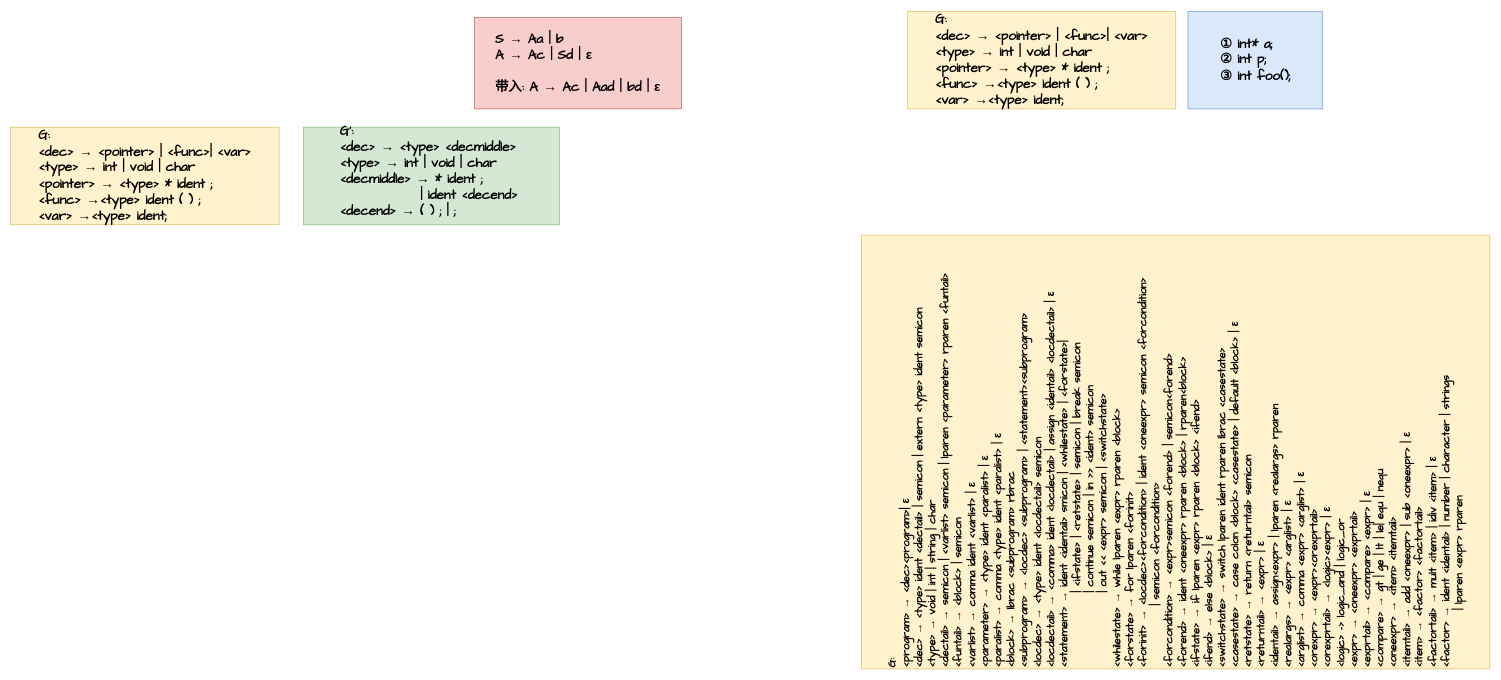
This is document/src/CFG-design.drawio from djh-sudo/tiny-C-Compiler, a draw.io file, before an edit. Source tidied: cells renumbered, new cells numbered last; positions are measured from the earlier drawing's top-left corner, leaving out a move shared by most shapes. Both pictures are drawn from the tidied source at 61%, with x=0, y=0 at pixel (10, 11).
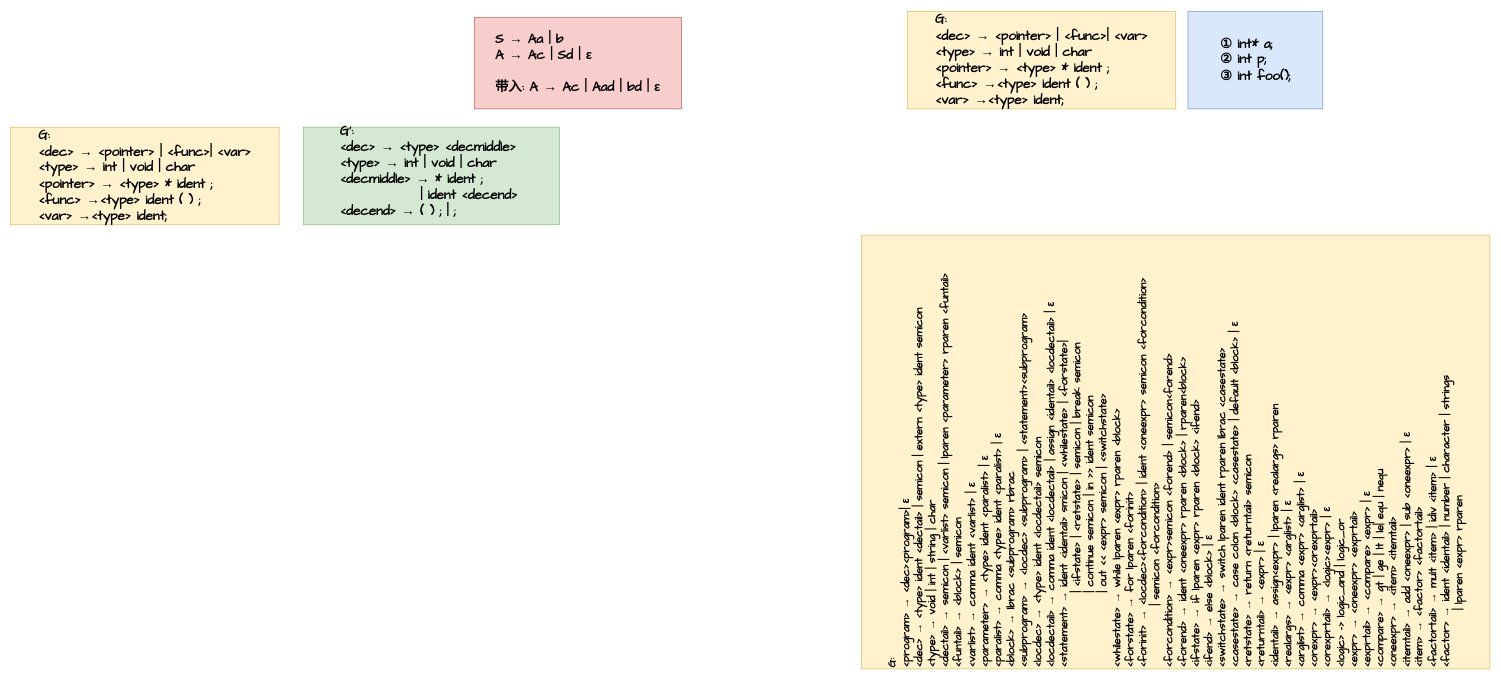
The same page after the edit.

What changed in the source:
```diff
@@
 <mxGraphModel>
   <root>
     <mxCell id="0" />
     <mxCell id="1" parent="0" />
     <mxCell id="2" value="&lt;div style=&quot;text-align: left&quot;&gt;&lt;b style=&quot;font-size: 22px ; font-family: &amp;#34;comic sans ms&amp;#34;&quot;&gt;① int* a;&lt;/b&gt;&lt;/div&gt;&lt;font face=&quot;Comic Sans MS&quot;&gt;&lt;div style=&quot;text-align: left&quot;&gt;&lt;b style=&quot;font-size: 22px&quot;&gt;② int p;&lt;/b&gt;&lt;/div&gt;&lt;span style=&quot;font-size: 22px&quot;&gt;&lt;div style=&quot;text-align: left&quot;&gt;&lt;b&gt;③ int foo();&lt;/b&gt;&lt;/div&gt;&lt;/span&gt;&lt;/font&gt;" style="rounded=0;whiteSpace=wrap;html=1;fillColor=#dae8fc;strokeColor=#6c8ebf;" parent="1" vertex="1">
       <mxGeometry x="1930" width="221" height="160" as="geometry" />
     </mxCell>
     <mxCell id="3" value="&lt;div style=&quot;text-align: left&quot;&gt;&lt;b&gt;&lt;font style=&quot;font-size: 22px&quot; face=&quot;Comic Sans MS&quot;&gt;G:&lt;/font&gt;&lt;/b&gt;&lt;/div&gt;&lt;b&gt;&lt;div style=&quot;text-align: left&quot;&gt;&lt;b&gt;&lt;font style=&quot;font-size: 22px&quot; face=&quot;Comic Sans MS&quot;&gt;&amp;lt;dec&amp;gt; → &amp;lt;pointer&amp;gt; | &amp;lt;func&amp;gt;| &amp;lt;var&amp;gt;&lt;/font&gt;&lt;/b&gt;&lt;/div&gt;&lt;font style=&quot;font-size: 22px&quot; face=&quot;Comic Sans MS&quot;&gt;&lt;div style=&quot;text-align: left&quot;&gt;&lt;b style=&quot;font-family: &amp;#34;helvetica&amp;#34; ; font-size: 12px&quot;&gt;&lt;font style=&quot;font-size: 22px&quot; face=&quot;Comic Sans MS&quot;&gt;&amp;lt;type&amp;gt; → int | void | char&lt;/font&gt;&lt;/b&gt;&lt;/div&gt;&lt;div style=&quot;text-align: left&quot;&gt;&lt;b style=&quot;font-family: &amp;#34;helvetica&amp;#34; ; font-size: 12px&quot;&gt;&lt;font style=&quot;font-size: 22px&quot; face=&quot;Comic Sans MS&quot;&gt;&amp;lt;pointer&amp;gt;&amp;nbsp;&lt;/font&gt;&lt;/b&gt;&lt;b style=&quot;font-family: &amp;#34;helvetica&amp;#34; ; font-size: 12px&quot;&gt;&lt;font face=&quot;Comic Sans MS&quot; style=&quot;font-size: 22px&quot;&gt;→ &amp;lt;type&amp;gt; * ident ;&lt;/font&gt;&lt;/b&gt;&lt;/div&gt;&lt;/font&gt;&lt;/b&gt;&lt;b&gt;&lt;div style=&quot;text-align: left&quot;&gt;&lt;b&gt;&lt;font style=&quot;font-size: 22px&quot; face=&quot;Comic Sans MS&quot;&gt;&amp;lt;func&amp;gt;&amp;nbsp;&lt;/font&gt;&lt;/b&gt;&lt;b&gt;&lt;font face=&quot;Comic Sans MS&quot; style=&quot;font-size: 22px&quot;&gt;→&lt;/font&gt;&lt;/b&gt;&lt;b&gt;&lt;font face=&quot;Comic Sans MS&quot; style=&quot;font-size: 22px&quot;&gt;&amp;lt;type&amp;gt;&amp;nbsp;&lt;/font&gt;&lt;/b&gt;&lt;b&gt;&lt;font face=&quot;Comic Sans MS&quot; style=&quot;font-size: 22px&quot;&gt;ident ( ) ;&lt;/font&gt;&lt;/b&gt;&lt;/div&gt;&lt;/b&gt;&lt;b&gt;&lt;div style=&quot;text-align: left&quot;&gt;&lt;b&gt;&lt;font style=&quot;font-size: 22px&quot; face=&quot;Comic Sans MS&quot;&gt;&amp;lt;var&amp;gt;&amp;nbsp;&lt;/font&gt;&lt;/b&gt;&lt;b&gt;&lt;font face=&quot;Comic Sans MS&quot; style=&quot;font-size: 22px&quot;&gt;→&lt;/font&gt;&lt;/b&gt;&lt;b&gt;&lt;font face=&quot;Comic Sans MS&quot; style=&quot;font-size: 22px&quot;&gt;&amp;lt;type&amp;gt;&amp;nbsp;&lt;/font&gt;&lt;/b&gt;&lt;b&gt;&lt;font face=&quot;Comic Sans MS&quot; style=&quot;font-size: 22px&quot;&gt;ident;&lt;/font&gt;&lt;/b&gt;&lt;/div&gt;&lt;/b&gt;" style="rounded=0;whiteSpace=wrap;html=1;fillColor=#fff2cc;strokeColor=#d6b656;" parent="1" vertex="1">
       <mxGeometry x="1470" width="440" height="160" as="geometry" />
     </mxCell>
-    <mxCell id="4" value="&lt;font style=&quot;font-size: 18px&quot;&gt;&lt;b&gt;&lt;font face=&quot;Comic Sans MS&quot; style=&quot;font-size: 18px&quot;&gt;G:&lt;br&gt;&amp;lt;program&amp;gt; → &amp;lt;dec&amp;gt;&amp;lt;program&amp;gt;| ε&lt;br&gt;&lt;/font&gt;&lt;/b&gt;&lt;b&gt;&lt;font face=&quot;Comic Sans MS&quot; style=&quot;font-size: 18px&quot;&gt;&amp;lt;dec&amp;gt;&amp;nbsp;&lt;/font&gt;&lt;/b&gt;&lt;b&gt;&lt;font face=&quot;Comic Sans MS&quot; style=&quot;font-size: 18px&quot;&gt;→ &amp;lt;type&amp;gt; ident &amp;lt;dectail&amp;gt; | semicon | extern &amp;lt;type&amp;gt; ident semicon&lt;/font&gt;&lt;/b&gt;&lt;b&gt;&lt;font face=&quot;Comic Sans MS&quot; style=&quot;font-size: 18px&quot;&gt;&lt;br&gt;&amp;lt;type&amp;gt;&amp;nbsp;&lt;/font&gt;&lt;/b&gt;&lt;b&gt;&lt;font face=&quot;Comic Sans MS&quot; style=&quot;font-size: 18px&quot;&gt;→ void | int | string | char&lt;/font&gt;&lt;/b&gt;&lt;b&gt;&lt;font face=&quot;Comic Sans MS&quot; style=&quot;font-size: 18px&quot;&gt;&lt;br&gt;&amp;lt;dectail&amp;gt;&amp;nbsp;&lt;/font&gt;&lt;/b&gt;&lt;b&gt;&lt;font face=&quot;Comic Sans MS&quot; style=&quot;font-size: 18px&quot;&gt;→ semicon | &amp;lt;varlist&amp;gt; semicon |&amp;nbsp;&lt;/font&gt;&lt;/b&gt;&lt;b&gt;&lt;font face=&quot;Comic Sans MS&quot; style=&quot;font-size: 18px&quot;&gt;lparen&lt;/font&gt;&lt;/b&gt;&lt;b&gt;&lt;font face=&quot;Comic Sans MS&quot; style=&quot;font-size: 18px&quot;&gt;&amp;nbsp;&amp;lt;parameter&amp;gt;&amp;nbsp;&lt;/font&gt;&lt;/b&gt;&lt;b&gt;&lt;font face=&quot;Comic Sans MS&quot; style=&quot;font-size: 18px&quot;&gt;rparen&lt;/font&gt;&lt;/b&gt;&lt;b&gt;&lt;font face=&quot;Comic Sans MS&quot; style=&quot;font-size: 18px&quot;&gt;&amp;nbsp;&amp;lt;funtail&amp;gt;&lt;br&gt;&amp;lt;funtail&amp;gt;&amp;nbsp;&lt;/font&gt;&lt;/b&gt;&lt;b&gt;&lt;font face=&quot;Comic Sans MS&quot; style=&quot;font-size: 18px&quot;&gt;→ &amp;lt;block&amp;gt; | semicon&lt;br&gt;&lt;/font&gt;&lt;/b&gt;&lt;b&gt;&lt;font face=&quot;Comic Sans MS&quot; style=&quot;font-size: 18px&quot;&gt;&amp;lt;varlist&amp;gt;&amp;nbsp;&lt;/font&gt;&lt;/b&gt;&lt;b&gt;&lt;font face=&quot;Comic Sans MS&quot; style=&quot;font-size: 18px&quot;&gt;→ comma ident &amp;lt;varlist&amp;gt; |&amp;nbsp;&lt;/font&gt;&lt;/b&gt;&lt;b&gt;&lt;font face=&quot;Comic Sans MS&quot; style=&quot;font-size: 18px&quot;&gt;ε&lt;/font&gt;&lt;/b&gt;&lt;b&gt;&lt;font face=&quot;Comic Sans MS&quot; style=&quot;font-size: 18px&quot;&gt;&lt;br&gt;&lt;/font&gt;&lt;/b&gt;&lt;b&gt;&lt;font face=&quot;Comic Sans MS&quot; style=&quot;font-size: 18px&quot;&gt;&amp;lt;parameter&amp;gt;&amp;nbsp;&lt;/font&gt;&lt;/b&gt;&lt;b&gt;&lt;font face=&quot;Comic Sans MS&quot; style=&quot;font-size: 18px&quot;&gt;→ &amp;lt;type&amp;gt; ident &amp;lt;paralist&amp;gt; |&amp;nbsp;&lt;/font&gt;&lt;/b&gt;&lt;b&gt;&lt;font face=&quot;Comic Sans MS&quot; style=&quot;font-size: 18px&quot;&gt;ε&lt;br&gt;&lt;/font&gt;&lt;/b&gt;&lt;/font&gt;&lt;b style=&quot;font-size: 18px&quot;&gt;&lt;font face=&quot;Comic Sans MS&quot; style=&quot;font-size: 18px&quot;&gt;&lt;font style=&quot;font-size: 18px&quot;&gt;&lt;font style=&quot;font-size: 18px&quot;&gt;&amp;lt;paralist&amp;gt; → comma &amp;lt;type&amp;gt; ident &amp;lt;paralist&amp;gt; | ε&lt;br&gt;&amp;lt;block&amp;gt; → lbrac &amp;lt;subprogram&amp;gt; rbrac&lt;br&gt;&amp;lt;subprogram&amp;gt; → &amp;lt;locdec&amp;gt; &amp;lt;subprogram&amp;gt; | &amp;lt;statement&amp;gt;&amp;lt;subprogram&amp;gt;&lt;br&gt;&amp;lt;locdec&amp;gt; → &amp;lt;type&amp;gt; ident &amp;lt;locdectail&amp;gt; semicon&lt;br&gt;&lt;/font&gt;&amp;lt;locdectail&amp;gt; → &amp;lt;comma&amp;gt; ident &amp;lt;locdectail&amp;gt; | assign &amp;lt;identail&amp;gt; &amp;lt;locdectail&amp;gt; | ε&lt;br&gt;&amp;lt;statement&amp;gt; → ident &amp;lt;identail&amp;gt; smicon | &amp;lt;whilestate&amp;gt; | &amp;lt;forstate&amp;gt;|&lt;br&gt;&amp;nbsp; &amp;nbsp; &amp;nbsp; &amp;nbsp; &amp;nbsp; &amp;nbsp; &amp;nbsp; &amp;nbsp; &amp;nbsp;| &amp;lt;ifstate&amp;gt; | &amp;lt;retstate&amp;gt; | semicon | break semicon&lt;br&gt;&amp;nbsp; &amp;nbsp; &amp;nbsp; &amp;nbsp; &amp;nbsp; &amp;nbsp; &amp;nbsp; &amp;nbsp; &amp;nbsp;| continue semicon | in &amp;gt;&amp;gt; &amp;lt;ident&amp;gt; semicon&lt;br&gt;&amp;nbsp; &amp;nbsp; &amp;nbsp; &amp;nbsp; &amp;nbsp; &amp;nbsp; &amp;nbsp; &amp;nbsp; &amp;nbsp;| out &amp;lt;&amp;lt; &amp;lt;expr&amp;gt; semicon | &amp;lt;switchstate&amp;gt;&amp;nbsp;&lt;br&gt;&amp;lt;whilestate&amp;gt; → while lparen &amp;lt;expr&amp;gt; rparen &amp;lt;block&amp;gt;&amp;nbsp;&lt;br&gt;&amp;lt;forstate&amp;gt; → for lparen &amp;lt;forinit&amp;gt;&lt;br&gt;&amp;lt;forinit&amp;gt; →&amp;nbsp;&amp;lt;locdec&amp;gt;&amp;lt;forcondition&amp;gt; | ident &amp;lt;oneexpr&amp;gt; semicon &amp;lt;forcondition&amp;gt;&lt;br&gt;&amp;nbsp; &amp;nbsp; &amp;nbsp; &amp;nbsp; &amp;nbsp; &amp;nbsp; &amp;nbsp; | semicon &amp;lt;forcondition&amp;gt;&lt;br&gt;&amp;lt;forcondition&amp;gt; → &amp;lt;expr&amp;gt;semicon &amp;lt;forend&amp;gt; | semicon&amp;lt;forend&amp;gt;&lt;br&gt;&amp;lt;forend&amp;gt; → ident &amp;lt;oneexpr&amp;gt; rparen &amp;lt;block&amp;gt; | rparen&amp;lt;block&amp;gt;&lt;br&gt;&amp;lt;ifstate&amp;gt; → if lparen &amp;lt;expr&amp;gt; rparen &amp;lt;block&amp;gt; &amp;lt;ifend&amp;gt;&lt;br&gt;&amp;lt;ifend&amp;gt; → else &amp;lt;block&amp;gt; | ε&lt;br&gt;&amp;lt;switchstate&amp;gt; → switch lparen ident rparen lbrac &amp;lt;casestate&amp;gt;&lt;br&gt;&amp;lt;casestate&amp;gt; → case colon &amp;lt;block&amp;gt; &amp;lt;casestate&amp;gt; | default &amp;lt;block&amp;gt; | ε&lt;br&gt;&amp;lt;retstate&amp;gt; → return &amp;lt;returntail&amp;gt; semicon&lt;br&gt;&amp;lt;returntail&amp;gt; → &amp;lt;expr&amp;gt; | ε&lt;br&gt;&amp;lt;identail&amp;gt; → assign&amp;lt;expr&amp;gt; | lparen &amp;lt;realargs&amp;gt; rparen&lt;br&gt;&amp;lt;realargs&amp;gt; → &amp;lt;expr&amp;gt; &amp;lt;arglist&amp;gt; | ε&lt;br&gt;&amp;lt;arglist&amp;gt; → comma &amp;lt;expr&amp;gt; &amp;lt;arglist&amp;gt; | ε&lt;br&gt;&amp;lt;orexpr&amp;gt; → &amp;lt;expr&amp;gt;&amp;lt;orexprtail&amp;gt;&lt;br&gt;&amp;lt;orexprtail&amp;gt; → &amp;lt;logic&amp;gt;&amp;lt;expr&amp;gt; | ε&lt;br&gt;&amp;lt;logic&amp;gt; -&amp;gt; logic_and | logic_or&lt;br&gt;&amp;lt;expr&amp;gt; → &amp;lt;oneexpr&amp;gt; &amp;lt;exprtail&amp;gt;&lt;br&gt;&amp;lt;exprtail&amp;gt; → &amp;lt;compare&amp;gt; &amp;lt;expr&amp;gt; | ε&lt;br&gt;&amp;lt;compare&amp;gt; → gt | ge | lt | le| equ | nequ&lt;br&gt;&amp;lt;oneexpr&amp;gt; → &amp;lt;item&amp;gt; &amp;lt;itemtail&amp;gt;&lt;br&gt;&amp;lt;itemtail&amp;gt; → add &amp;lt;oneexpr&amp;gt; | sub &amp;lt;oneexpr&amp;gt; | ε&lt;br&gt;&amp;lt;item&amp;gt; → &amp;lt;factor&amp;gt; &amp;lt;factortail&amp;gt;&lt;br&gt;&amp;lt;factortail&amp;gt; → mult &amp;lt;item&amp;gt; | idiv &amp;lt;item&amp;gt; | ε&lt;br&gt;&amp;lt;factor&amp;gt; → ident &amp;lt;identail&amp;gt; | number | character | strings&lt;br&gt;&amp;nbsp; &amp;nbsp; &amp;nbsp; &amp;nbsp; &amp;nbsp; &amp;nbsp; &amp;nbsp;| lparen &amp;lt;expr&amp;gt; rparen&lt;/font&gt;&lt;br&gt;&lt;/font&gt;&lt;/b&gt;" style="rounded=0;whiteSpace=wrap;html=1;align=left;fillColor=#fff2cc;strokeColor=#d6b656;rotation=-90;" parent="1" vertex="1">
+    <mxCell id="4" value="&lt;font style=&quot;font-size: 18px&quot;&gt;&lt;b&gt;&lt;font face=&quot;Comic Sans MS&quot; style=&quot;font-size: 18px&quot;&gt;G:&lt;br&gt;&amp;lt;program&amp;gt; → &amp;lt;dec&amp;gt;&amp;lt;program&amp;gt;| ε&lt;br&gt;&lt;/font&gt;&lt;/b&gt;&lt;b&gt;&lt;font face=&quot;Comic Sans MS&quot; style=&quot;font-size: 18px&quot;&gt;&amp;lt;dec&amp;gt;&amp;nbsp;&lt;/font&gt;&lt;/b&gt;&lt;b&gt;&lt;font face=&quot;Comic Sans MS&quot; style=&quot;font-size: 18px&quot;&gt;→ &amp;lt;type&amp;gt; ident &amp;lt;dectail&amp;gt; | semicon | extern &amp;lt;type&amp;gt; ident semicon&lt;/font&gt;&lt;/b&gt;&lt;b&gt;&lt;font face=&quot;Comic Sans MS&quot; style=&quot;font-size: 18px&quot;&gt;&lt;br&gt;&amp;lt;type&amp;gt;&amp;nbsp;&lt;/font&gt;&lt;/b&gt;&lt;b&gt;&lt;font face=&quot;Comic Sans MS&quot; style=&quot;font-size: 18px&quot;&gt;→ void | int | string | char&lt;/font&gt;&lt;/b&gt;&lt;b&gt;&lt;font face=&quot;Comic Sans MS&quot; style=&quot;font-size: 18px&quot;&gt;&lt;br&gt;&amp;lt;dectail&amp;gt;&amp;nbsp;&lt;/font&gt;&lt;/b&gt;&lt;b&gt;&lt;font face=&quot;Comic Sans MS&quot; style=&quot;font-size: 18px&quot;&gt;→ semicon | &amp;lt;varlist&amp;gt; semicon |&amp;nbsp;&lt;/font&gt;&lt;/b&gt;&lt;b&gt;&lt;font face=&quot;Comic Sans MS&quot; style=&quot;font-size: 18px&quot;&gt;lparen&lt;/font&gt;&lt;/b&gt;&lt;b&gt;&lt;font face=&quot;Comic Sans MS&quot; style=&quot;font-size: 18px&quot;&gt;&amp;nbsp;&amp;lt;parameter&amp;gt;&amp;nbsp;&lt;/font&gt;&lt;/b&gt;&lt;b&gt;&lt;font face=&quot;Comic Sans MS&quot; style=&quot;font-size: 18px&quot;&gt;rparen&lt;/font&gt;&lt;/b&gt;&lt;b&gt;&lt;font face=&quot;Comic Sans MS&quot; style=&quot;font-size: 18px&quot;&gt;&amp;nbsp;&amp;lt;funtail&amp;gt;&lt;br&gt;&amp;lt;funtail&amp;gt;&amp;nbsp;&lt;/font&gt;&lt;/b&gt;&lt;b&gt;&lt;font face=&quot;Comic Sans MS&quot; style=&quot;font-size: 18px&quot;&gt;→ &amp;lt;block&amp;gt; | semicon&lt;br&gt;&lt;/font&gt;&lt;/b&gt;&lt;b&gt;&lt;font face=&quot;Comic Sans MS&quot; style=&quot;font-size: 18px&quot;&gt;&amp;lt;varlist&amp;gt;&amp;nbsp;&lt;/font&gt;&lt;/b&gt;&lt;b&gt;&lt;font face=&quot;Comic Sans MS&quot; style=&quot;font-size: 18px&quot;&gt;→ comma ident &amp;lt;varlist&amp;gt; |&amp;nbsp;&lt;/font&gt;&lt;/b&gt;&lt;b&gt;&lt;font face=&quot;Comic Sans MS&quot; style=&quot;font-size: 18px&quot;&gt;ε&lt;/font&gt;&lt;/b&gt;&lt;b&gt;&lt;font face=&quot;Comic Sans MS&quot; style=&quot;font-size: 18px&quot;&gt;&lt;br&gt;&lt;/font&gt;&lt;/b&gt;&lt;b&gt;&lt;font face=&quot;Comic Sans MS&quot; style=&quot;font-size: 18px&quot;&gt;&amp;lt;parameter&amp;gt;&amp;nbsp;&lt;/font&gt;&lt;/b&gt;&lt;b&gt;&lt;font face=&quot;Comic Sans MS&quot; style=&quot;font-size: 18px&quot;&gt;→ &amp;lt;type&amp;gt; ident &amp;lt;paralist&amp;gt; |&amp;nbsp;&lt;/font&gt;&lt;/b&gt;&lt;b&gt;&lt;font face=&quot;Comic Sans MS&quot; style=&quot;font-size: 18px&quot;&gt;ε&lt;br&gt;&lt;/font&gt;&lt;/b&gt;&lt;/font&gt;&lt;b style=&quot;font-size: 18px&quot;&gt;&lt;font face=&quot;Comic Sans MS&quot; style=&quot;font-size: 18px&quot;&gt;&lt;font style=&quot;font-size: 18px&quot;&gt;&lt;font style=&quot;font-size: 18px&quot;&gt;&amp;lt;paralist&amp;gt; → comma &amp;lt;type&amp;gt; ident &amp;lt;paralist&amp;gt; | ε&lt;br&gt;&amp;lt;block&amp;gt; → lbrac &amp;lt;subprogram&amp;gt; rbrac&lt;br&gt;&amp;lt;subprogram&amp;gt; → &amp;lt;locdec&amp;gt; &amp;lt;subprogram&amp;gt; | &amp;lt;statement&amp;gt;&amp;lt;subprogram&amp;gt;&lt;br&gt;&amp;lt;locdec&amp;gt; → &amp;lt;type&amp;gt; ident &amp;lt;locdectail&amp;gt; semicon&lt;br&gt;&lt;/font&gt;&amp;lt;locdectail&amp;gt; → comma ident &amp;lt;locdectail&amp;gt; | assign &amp;lt;identail&amp;gt; &amp;lt;locdectail&amp;gt; | ε&lt;br&gt;&amp;lt;statement&amp;gt; → ident &amp;lt;identail&amp;gt; smicon | &amp;lt;whilestate&amp;gt; | &amp;lt;forstate&amp;gt;|&lt;br&gt;&amp;nbsp; &amp;nbsp; &amp;nbsp; &amp;nbsp; &amp;nbsp; &amp;nbsp; &amp;nbsp; &amp;nbsp; &amp;nbsp;| &amp;lt;ifstate&amp;gt; | &amp;lt;retstate&amp;gt; | semicon | break semicon&lt;br&gt;&amp;nbsp; &amp;nbsp; &amp;nbsp; &amp;nbsp; &amp;nbsp; &amp;nbsp; &amp;nbsp; &amp;nbsp; &amp;nbsp;| continue semicon | in &amp;gt;&amp;gt; ident semicon&lt;br&gt;&amp;nbsp; &amp;nbsp; &amp;nbsp; &amp;nbsp; &amp;nbsp; &amp;nbsp; &amp;nbsp; &amp;nbsp; &amp;nbsp;| out &amp;lt;&amp;lt; &amp;lt;expr&amp;gt; semicon | &amp;lt;switchstate&amp;gt;&amp;nbsp;&lt;br&gt;&amp;lt;whilestate&amp;gt; → while lparen &amp;lt;expr&amp;gt; rparen &amp;lt;block&amp;gt;&amp;nbsp;&lt;br&gt;&amp;lt;forstate&amp;gt; → for lparen &amp;lt;forinit&amp;gt;&lt;br&gt;&amp;lt;forinit&amp;gt; →&amp;nbsp;&amp;lt;locdec&amp;gt;&amp;lt;forcondition&amp;gt; | ident &amp;lt;oneexpr&amp;gt; semicon &amp;lt;forcondition&amp;gt;&lt;br&gt;&amp;nbsp; &amp;nbsp; &amp;nbsp; &amp;nbsp; &amp;nbsp; &amp;nbsp; &amp;nbsp; | semicon &amp;lt;forcondition&amp;gt;&lt;br&gt;&amp;lt;forcondition&amp;gt; → &amp;lt;expr&amp;gt;semicon &amp;lt;forend&amp;gt; | semicon&amp;lt;forend&amp;gt;&lt;br&gt;&amp;lt;forend&amp;gt; → ident &amp;lt;oneexpr&amp;gt; rparen &amp;lt;block&amp;gt; | rparen&amp;lt;block&amp;gt;&lt;br&gt;&amp;lt;ifstate&amp;gt; → if lparen &amp;lt;expr&amp;gt; rparen &amp;lt;block&amp;gt; &amp;lt;ifend&amp;gt;&lt;br&gt;&amp;lt;ifend&amp;gt; → else &amp;lt;block&amp;gt; | ε&lt;br&gt;&amp;lt;switchstate&amp;gt; → switch lparen ident rparen lbrac &amp;lt;casestate&amp;gt;&lt;br&gt;&amp;lt;casestate&amp;gt; → case colon &amp;lt;block&amp;gt; &amp;lt;casestate&amp;gt; | default &amp;lt;block&amp;gt; | ε&lt;br&gt;&amp;lt;retstate&amp;gt; → return &amp;lt;returntail&amp;gt; semicon&lt;br&gt;&amp;lt;returntail&amp;gt; → &amp;lt;expr&amp;gt; | ε&lt;br&gt;&amp;lt;identail&amp;gt; → assign&amp;lt;expr&amp;gt; | lparen &amp;lt;realargs&amp;gt; rparen&lt;br&gt;&amp;lt;realargs&amp;gt; → &amp;lt;expr&amp;gt; &amp;lt;arglist&amp;gt; | ε&lt;br&gt;&amp;lt;arglist&amp;gt; → comma &amp;lt;expr&amp;gt; &amp;lt;arglist&amp;gt; | ε&lt;br&gt;&amp;lt;orexpr&amp;gt; → &amp;lt;expr&amp;gt;&amp;lt;orexprtail&amp;gt;&lt;br&gt;&amp;lt;orexprtail&amp;gt; → &amp;lt;logic&amp;gt;&amp;lt;expr&amp;gt; | ε&lt;br&gt;&amp;lt;logic&amp;gt; -&amp;gt; logic_and | logic_or&lt;br&gt;&amp;lt;expr&amp;gt; → &amp;lt;oneexpr&amp;gt; &amp;lt;exprtail&amp;gt;&lt;br&gt;&amp;lt;exprtail&amp;gt; → &amp;lt;compare&amp;gt; &amp;lt;expr&amp;gt; | ε&lt;br&gt;&amp;lt;compare&amp;gt; → gt | ge | lt | le| equ | nequ&lt;br&gt;&amp;lt;oneexpr&amp;gt; → &amp;lt;item&amp;gt; &amp;lt;itemtail&amp;gt;&lt;br&gt;&amp;lt;itemtail&amp;gt; → add &amp;lt;oneexpr&amp;gt; | sub &amp;lt;oneexpr&amp;gt; | ε&lt;br&gt;&amp;lt;item&amp;gt; → &amp;lt;factor&amp;gt; &amp;lt;factortail&amp;gt;&lt;br&gt;&amp;lt;factortail&amp;gt; → mult &amp;lt;item&amp;gt; | idiv &amp;lt;item&amp;gt; | ε&lt;br&gt;&amp;lt;factor&amp;gt; → ident &amp;lt;identail&amp;gt; | number | character | strings&lt;br&gt;&amp;nbsp; &amp;nbsp; &amp;nbsp; &amp;nbsp; &amp;nbsp; &amp;nbsp; &amp;nbsp;| lparen &amp;lt;expr&amp;gt; rparen&lt;/font&gt;&lt;br&gt;&lt;/font&gt;&lt;/b&gt;" style="rounded=0;whiteSpace=wrap;html=1;align=left;fillColor=#fff2cc;strokeColor=#d6b656;rotation=-90;" parent="1" vertex="1">
       <mxGeometry x="1554.4" y="207.5" width="711.2" height="1030" as="geometry" />
     </mxCell>
     <mxCell id="5" value="&lt;div style=&quot;text-align: left&quot;&gt;&lt;b&gt;&lt;font style=&quot;font-size: 22px&quot; face=&quot;Comic Sans MS&quot;&gt;S&amp;nbsp;&lt;/font&gt;&lt;/b&gt;&lt;b&gt;&lt;font face=&quot;Comic Sans MS&quot; style=&quot;font-size: 22px&quot;&gt;→ Aa | b&lt;/font&gt;&lt;/b&gt;&lt;/div&gt;&lt;b&gt;&lt;div style=&quot;text-align: left&quot;&gt;&lt;b&gt;&lt;font face=&quot;Comic Sans MS&quot; style=&quot;font-size: 22px&quot;&gt;A → Ac | Sd | ε&lt;/font&gt;&lt;/b&gt;&lt;/div&gt;&lt;div style=&quot;text-align: left&quot;&gt;&lt;b&gt;&lt;font face=&quot;Comic Sans MS&quot; style=&quot;font-size: 22px&quot;&gt;&lt;br&gt;&lt;/font&gt;&lt;/b&gt;&lt;/div&gt;&lt;font face=&quot;Comic Sans MS&quot; style=&quot;font-size: 22px&quot;&gt;&lt;div style=&quot;text-align: left&quot;&gt;&lt;b style=&quot;font-family: &amp;#34;helvetica&amp;#34; ; font-size: 12px&quot;&gt;&lt;font face=&quot;Comic Sans MS&quot; style=&quot;font-size: 22px&quot;&gt;带入: A → Ac | Aad | bd | ε&lt;/font&gt;&lt;/b&gt;&lt;/div&gt;&lt;/font&gt;&lt;/b&gt;" style="rounded=0;whiteSpace=wrap;html=1;fillColor=#f8cecc;strokeColor=#b85450;" parent="1" vertex="1">
       <mxGeometry x="760" y="10" width="340" height="150" as="geometry" />
     </mxCell>
     <mxCell id="6" value="&lt;div style=&quot;text-align: left&quot;&gt;&lt;b&gt;&lt;font style=&quot;font-size: 22px&quot; face=&quot;Comic Sans MS&quot;&gt;G:&lt;/font&gt;&lt;/b&gt;&lt;/div&gt;&lt;b&gt;&lt;div style=&quot;text-align: left&quot;&gt;&lt;b&gt;&lt;font style=&quot;font-size: 22px&quot; face=&quot;Comic Sans MS&quot;&gt;&amp;lt;dec&amp;gt; → &amp;lt;pointer&amp;gt; | &amp;lt;func&amp;gt;| &amp;lt;var&amp;gt;&lt;/font&gt;&lt;/b&gt;&lt;/div&gt;&lt;font style=&quot;font-size: 22px&quot; face=&quot;Comic Sans MS&quot;&gt;&lt;div style=&quot;text-align: left&quot;&gt;&lt;b style=&quot;font-family: &amp;#34;helvetica&amp;#34; ; font-size: 12px&quot;&gt;&lt;font style=&quot;font-size: 22px&quot; face=&quot;Comic Sans MS&quot;&gt;&amp;lt;type&amp;gt; → int | void | char&lt;/font&gt;&lt;/b&gt;&lt;/div&gt;&lt;div style=&quot;text-align: left&quot;&gt;&lt;b style=&quot;font-family: &amp;#34;helvetica&amp;#34; ; font-size: 12px&quot;&gt;&lt;font style=&quot;font-size: 22px&quot; face=&quot;Comic Sans MS&quot;&gt;&amp;lt;pointer&amp;gt;&amp;nbsp;&lt;/font&gt;&lt;/b&gt;&lt;b style=&quot;font-family: &amp;#34;helvetica&amp;#34; ; font-size: 12px&quot;&gt;&lt;font face=&quot;Comic Sans MS&quot; style=&quot;font-size: 22px&quot;&gt;→ &amp;lt;type&amp;gt; * ident ;&lt;/font&gt;&lt;/b&gt;&lt;/div&gt;&lt;/font&gt;&lt;/b&gt;&lt;b&gt;&lt;div style=&quot;text-align: left&quot;&gt;&lt;b&gt;&lt;font style=&quot;font-size: 22px&quot; face=&quot;Comic Sans MS&quot;&gt;&amp;lt;func&amp;gt;&amp;nbsp;&lt;/font&gt;&lt;/b&gt;&lt;b&gt;&lt;font face=&quot;Comic Sans MS&quot; style=&quot;font-size: 22px&quot;&gt;→&lt;/font&gt;&lt;/b&gt;&lt;b&gt;&lt;font face=&quot;Comic Sans MS&quot; style=&quot;font-size: 22px&quot;&gt;&amp;lt;type&amp;gt;&amp;nbsp;&lt;/font&gt;&lt;/b&gt;&lt;b&gt;&lt;font face=&quot;Comic Sans MS&quot; style=&quot;font-size: 22px&quot;&gt;ident ( ) ;&lt;/font&gt;&lt;/b&gt;&lt;/div&gt;&lt;/b&gt;&lt;b&gt;&lt;div style=&quot;text-align: left&quot;&gt;&lt;b&gt;&lt;font style=&quot;font-size: 22px&quot; face=&quot;Comic Sans MS&quot;&gt;&amp;lt;var&amp;gt;&amp;nbsp;&lt;/font&gt;&lt;/b&gt;&lt;b&gt;&lt;font face=&quot;Comic Sans MS&quot; style=&quot;font-size: 22px&quot;&gt;→&lt;/font&gt;&lt;/b&gt;&lt;b&gt;&lt;font face=&quot;Comic Sans MS&quot; style=&quot;font-size: 22px&quot;&gt;&amp;lt;type&amp;gt;&amp;nbsp;&lt;/font&gt;&lt;/b&gt;&lt;b&gt;&lt;font face=&quot;Comic Sans MS&quot; style=&quot;font-size: 22px&quot;&gt;ident;&lt;/font&gt;&lt;/b&gt;&lt;/div&gt;&lt;/b&gt;" style="rounded=0;whiteSpace=wrap;html=1;fillColor=#fff2cc;strokeColor=#d6b656;" parent="1" vertex="1">
       <mxGeometry y="190" width="440" height="160" as="geometry" />
     </mxCell>
     <mxCell id="7" value="&lt;div style=&quot;text-align: left&quot;&gt;&lt;b&gt;&lt;font style=&quot;font-size: 22px&quot; face=&quot;Comic Sans MS&quot;&gt;G‘:&lt;/font&gt;&lt;/b&gt;&lt;/div&gt;&lt;b&gt;&lt;div style=&quot;text-align: left&quot;&gt;&lt;b&gt;&lt;font style=&quot;font-size: 22px&quot; face=&quot;Comic Sans MS&quot;&gt;&amp;lt;dec&amp;gt; → &amp;lt;type&amp;gt; &amp;lt;decmiddle&amp;gt;&lt;/font&gt;&lt;/b&gt;&lt;/div&gt;&lt;font style=&quot;font-size: 22px&quot; face=&quot;Comic Sans MS&quot;&gt;&lt;div style=&quot;text-align: left&quot;&gt;&lt;b style=&quot;font-family: &amp;#34;helvetica&amp;#34; ; font-size: 12px&quot;&gt;&lt;font style=&quot;font-size: 22px&quot; face=&quot;Comic Sans MS&quot;&gt;&amp;lt;type&amp;gt; → int | void | char&lt;/font&gt;&lt;/b&gt;&lt;/div&gt;&lt;div style=&quot;text-align: left&quot;&gt;&lt;b style=&quot;font-family: &amp;#34;helvetica&amp;#34; ; font-size: 12px&quot;&gt;&lt;font style=&quot;font-size: 22px&quot; face=&quot;Comic Sans MS&quot;&gt;&amp;lt;decmiddle&amp;gt; → * ident ;&amp;nbsp;&lt;/font&gt;&lt;/b&gt;&lt;/div&gt;&lt;div style=&quot;text-align: left&quot;&gt;&lt;b style=&quot;font-family: &amp;#34;helvetica&amp;#34; ; font-size: 12px&quot;&gt;&lt;font style=&quot;font-size: 22px&quot; face=&quot;Comic Sans MS&quot;&gt;&amp;nbsp; &amp;nbsp; &amp;nbsp; &amp;nbsp; &amp;nbsp; &amp;nbsp; &amp;nbsp; &amp;nbsp;| ident &amp;lt;decend&amp;gt;&amp;nbsp;&lt;/font&gt;&lt;/b&gt;&lt;/div&gt;&lt;div style=&quot;text-align: left&quot;&gt;&amp;lt;decend&amp;gt; → ( ) ; | ;&amp;nbsp;&lt;/div&gt;&lt;/font&gt;&lt;/b&gt;&lt;b&gt;&lt;div style=&quot;text-align: left&quot;&gt;&lt;br&gt;&lt;/div&gt;&lt;/b&gt;" style="rounded=0;whiteSpace=wrap;html=1;fillColor=#d5e8d4;strokeColor=#82b366;" parent="1" vertex="1">
       <mxGeometry x="480" y="190" width="420" height="160" as="geometry" />
     </mxCell>
   </root>
 </mxGraphModel>
```
